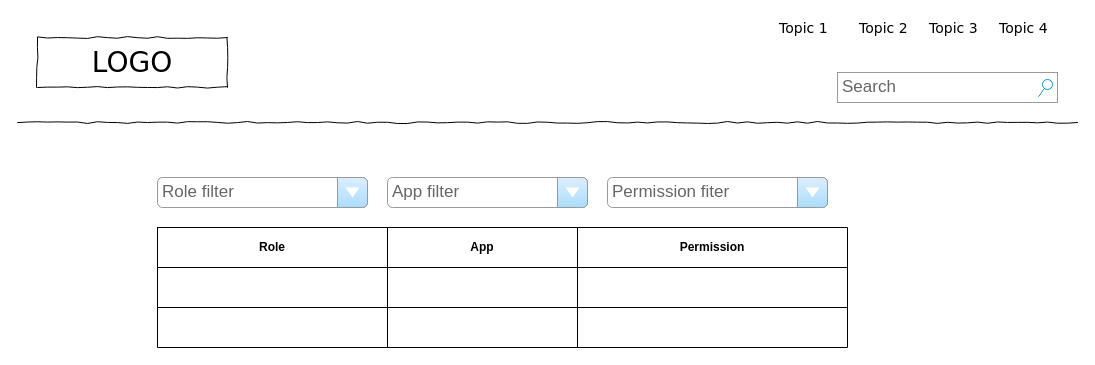
Before: Untitled Diagram.drawio in slookin/stuff, a draw.io diagram. Source tidied: cells renumbered, new cells numbered last; positions are measured from the earlier drawing's top-left corner, leaving out a move shared by most shapes. Both pictures are drawn from the tidied source at 100%, with x=0, y=0 at pixel (17, 17).
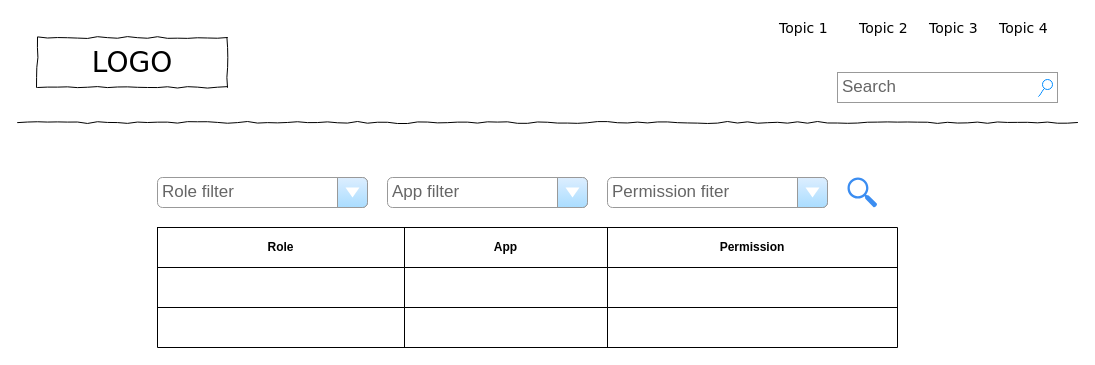
The same diagram, later.

Change to the diagram source:
```diff
@@
     <mxCell id="12" style="shape=table;html=1;whiteSpace=wrap;startSize=0;childLayout=tableLayout;" parent="1" vertex="1">
-      <mxGeometry x="140" y="210" width="690" height="120" as="geometry" />
+      <mxGeometry x="140" y="210" width="740" height="120" as="geometry" />
     </mxCell>
     <mxCell id="13" style="shape=partialRectangle;html=1;whiteSpace=wrap;fillColor=none;top=0;left=0;bottom=0;right=0;" parent="12" vertex="1">
-      <mxGeometry width="690" height="40" as="geometry" />
+      <mxGeometry width="740" height="40" as="geometry" />
     </mxCell>
     <mxCell id="14" value="Role" style="shape=partialRectangle;html=1;whiteSpace=wrap;fillColor=none;top=0;left=0;bottom=0;right=0;overflow=hidden;fontStyle=1;" parent="13" vertex="1">
-      <mxGeometry width="230" height="40" as="geometry" />
+      <mxGeometry width="247" height="40" as="geometry" />
     </mxCell>
     <mxCell id="15" value="&lt;b&gt;App&lt;/b&gt;" style="shape=partialRectangle;html=1;whiteSpace=wrap;fillColor=none;top=0;left=0;bottom=0;right=0;overflow=hidden;" parent="13" vertex="1">
-      <mxGeometry x="230" width="190" height="40" as="geometry" />
+      <mxGeometry x="247" width="203" height="40" as="geometry" />
     </mxCell>
     <mxCell id="16" value="&lt;b&gt;Permission&lt;/b&gt;" style="shape=partialRectangle;html=1;whiteSpace=wrap;fillColor=none;top=0;left=0;bottom=0;right=0;overflow=hidden;" parent="13" vertex="1">
-      <mxGeometry x="420" width="270" height="40" as="geometry" />
+      <mxGeometry x="450" width="290" height="40" as="geometry" />
     </mxCell>
     <mxCell id="17" style="shape=partialRectangle;html=1;whiteSpace=wrap;fillColor=none;top=0;left=0;bottom=0;right=0;" parent="12" vertex="1">
-      <mxGeometry y="40" width="690" height="40" as="geometry" />
+      <mxGeometry y="40" width="740" height="40" as="geometry" />
     </mxCell>
     <mxCell id="18" style="shape=partialRectangle;html=1;whiteSpace=wrap;fillColor=none;top=0;left=0;bottom=0;right=0;overflow=hidden;" parent="17" vertex="1">
-      <mxGeometry width="230" height="40" as="geometry" />
+      <mxGeometry width="247" height="40" as="geometry" />
     </mxCell>
     <mxCell id="19" style="shape=partialRectangle;html=1;whiteSpace=wrap;fillColor=none;top=0;left=0;bottom=0;right=0;overflow=hidden;" parent="17" vertex="1">
-      <mxGeometry x="230" width="190" height="40" as="geometry" />
+      <mxGeometry x="247" width="203" height="40" as="geometry" />
     </mxCell>
     <mxCell id="20" style="shape=partialRectangle;html=1;whiteSpace=wrap;fillColor=none;top=0;left=0;bottom=0;right=0;overflow=hidden;" parent="17" vertex="1">
-      <mxGeometry x="420" width="270" height="40" as="geometry" />
+      <mxGeometry x="450" width="290" height="40" as="geometry" />
     </mxCell>
     <mxCell id="21" style="shape=partialRectangle;html=1;whiteSpace=wrap;fillColor=none;top=0;left=0;bottom=0;right=0;" parent="12" vertex="1">
-      <mxGeometry y="80" width="690" height="40" as="geometry" />
+      <mxGeometry y="80" width="740" height="40" as="geometry" />
     </mxCell>
     <mxCell id="22" style="shape=partialRectangle;html=1;whiteSpace=wrap;fillColor=none;top=0;left=0;bottom=0;right=0;overflow=hidden;" parent="21" vertex="1">
-      <mxGeometry width="230" height="40" as="geometry" />
+      <mxGeometry width="247" height="40" as="geometry" />
     </mxCell>
     <mxCell id="23" style="shape=partialRectangle;html=1;whiteSpace=wrap;fillColor=none;top=0;left=0;bottom=0;right=0;overflow=hidden;" parent="21" vertex="1">
-      <mxGeometry x="230" width="190" height="40" as="geometry" />
+      <mxGeometry x="247" width="203" height="40" as="geometry" />
     </mxCell>
     <mxCell id="24" style="shape=partialRectangle;html=1;whiteSpace=wrap;fillColor=none;top=0;left=0;bottom=0;right=0;overflow=hidden;" parent="21" vertex="1">
-      <mxGeometry x="420" width="270" height="40" as="geometry" />
+      <mxGeometry x="450" width="290" height="40" as="geometry" />
     </mxCell>
+    <mxCell id="25" style="html=1;strokeColor=none;shadow=0;align=center;verticalAlign=top;fillColor=#3B8DF1;shape=mxgraph.gcp2.search;" parent="1" vertex="1">
+      <mxGeometry x="830" y="160" width="29.7" height="30" as="geometry" />
+    </mxCell>
```
